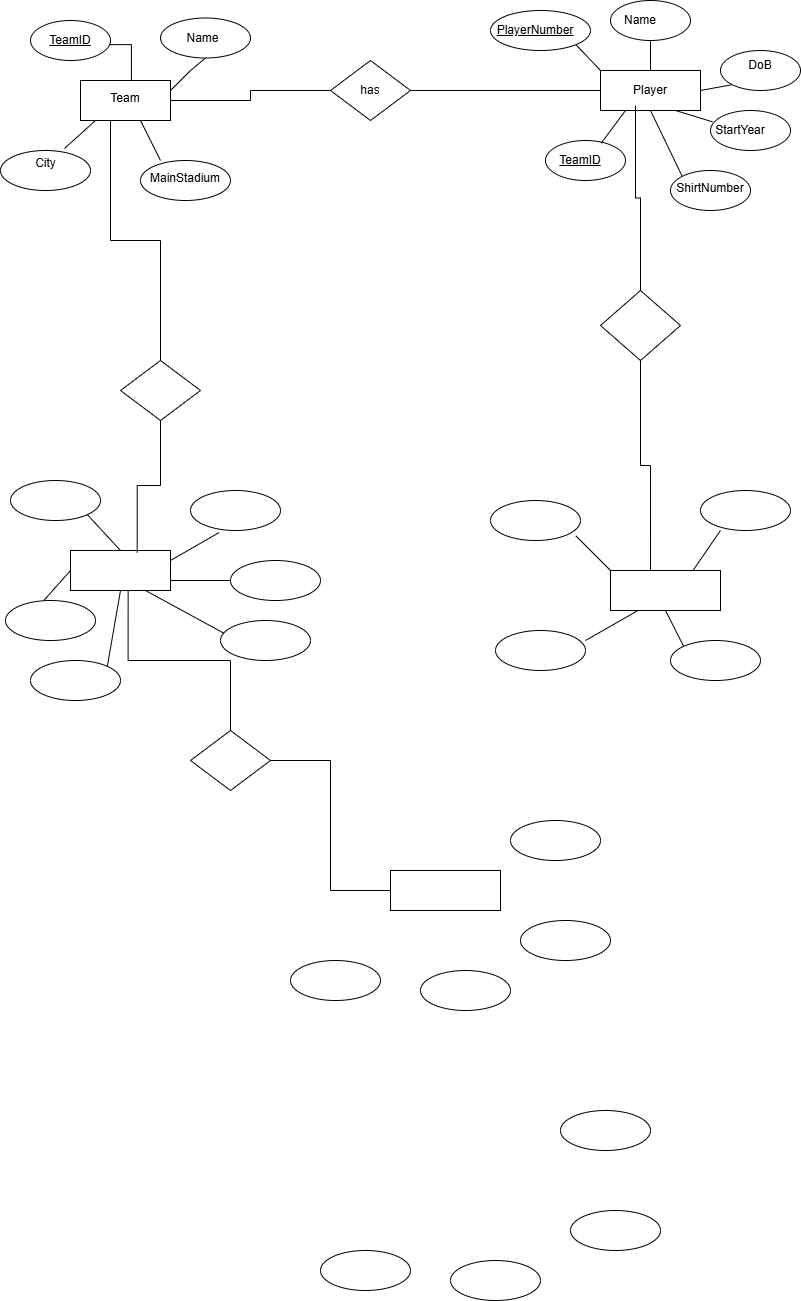
The draw.io diagram Untitled Diagram.drawio.png in Kavindi2002/Kavindi2002, before a commit. Source tidied: cells renumbered, new cells last; positions are measured from the earlier drawing's top-left corner, leaving out a move shared by most shapes.
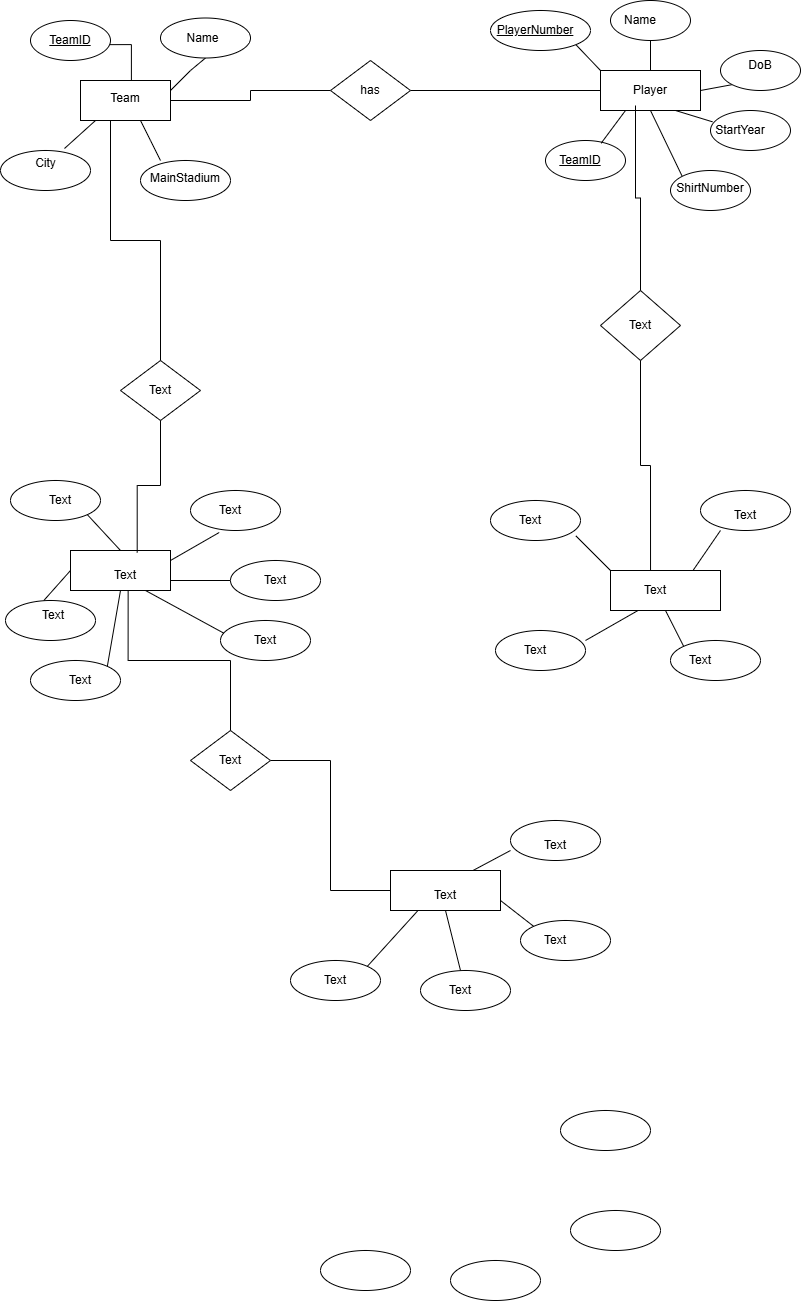
The same file after the commit.

Change to the diagram source:
```diff
@@ -66,6 +66,15 @@
     <mxCell id="21" style="rhombus;whiteSpace=wrap;html=1;" parent="1" vertex="1">
       <mxGeometry x="600" y="290" width="80" height="70" as="geometry" />
     </mxCell>
+    <mxCell id="79" style="rounded=0;jettySize=auto;html=1;exitX=0.25;exitY=1;exitDx=0;exitDy=0;entryX=1;entryY=0;entryDx=0;entryDy=0;endArrow=none;startFill=0;" parent="1" edge="1" source="22" target="49">
+      <mxGeometry relative="1" as="geometry" />
+    </mxCell>
+    <mxCell id="80" style="edgeStyle=none;rounded=0;jettySize=auto;html=1;exitX=0.5;exitY=1;exitDx=0;exitDy=0;endArrow=none;startFill=0;" parent="1" edge="1" source="22" target="47">
+      <mxGeometry relative="1" as="geometry" />
+    </mxCell>
+    <mxCell id="81" style="edgeStyle=none;rounded=0;jettySize=auto;html=1;exitX=1;exitY=0.75;exitDx=0;exitDy=0;entryX=0;entryY=0;entryDx=0;entryDy=0;endArrow=none;startFill=0;" parent="1" edge="1" source="22" target="45">
+      <mxGeometry relative="1" as="geometry" />
+    </mxCell>
     <mxCell id="22" style="rounded=0;whiteSpace=wrap;html=1;" parent="1" vertex="1">
       <mxGeometry x="390" y="870" width="110" height="40" as="geometry" />
     </mxCell>
@@ -254,5 +263,68 @@
     <mxCell id="78" style="edgeStyle=none;rounded=0;jettySize=auto;html=1;exitX=0.75;exitY=0;exitDx=0;exitDy=0;entryX=0.222;entryY=1;entryDx=0;entryDy=0;entryPerimeter=0;endArrow=none;startFill=0;" parent="1" edge="1" source="15" target="41">
       <mxGeometry relative="1" as="geometry" />
     </mxCell>
+    <mxCell id="82" style="edgeStyle=none;rounded=0;jettySize=auto;html=1;exitX=0.75;exitY=0;exitDx=0;exitDy=0;entryX=0;entryY=0.75;entryDx=0;entryDy=0;entryPerimeter=0;endArrow=none;startFill=0;" parent="1" edge="1" source="22" target="40">
+      <mxGeometry relative="1" as="geometry" />
+    </mxCell>
+    <mxCell id="83" value="Text" style="text;html=1;align=center;verticalAlign=middle;whiteSpace=wrap;rounded=0;" parent="1" vertex="1">
+      <mxGeometry x="130" y="375" width="60" height="30" as="geometry" />
+    </mxCell>
+    <mxCell id="84" value="Text" style="text;html=1;align=center;verticalAlign=middle;whiteSpace=wrap;rounded=0;" parent="1" vertex="1">
+      <mxGeometry x="610" y="310" width="60" height="30" as="geometry" />
+    </mxCell>
+    <mxCell id="85" value="Text" style="text;html=1;align=center;verticalAlign=middle;whiteSpace=wrap;rounded=0;" parent="1" vertex="1">
+      <mxGeometry x="200" y="745" width="60" height="30" as="geometry" />
+    </mxCell>
+    <mxCell id="86" value="Text" style="text;html=1;align=center;verticalAlign=middle;whiteSpace=wrap;rounded=0;" parent="1" vertex="1">
+      <mxGeometry x="30" y="485" width="60" height="30" as="geometry" />
+    </mxCell>
+    <mxCell id="87" value="Text" style="text;html=1;align=center;verticalAlign=middle;whiteSpace=wrap;rounded=0;" parent="1" vertex="1">
+      <mxGeometry x="22.5" y="600" width="60" height="30" as="geometry" />
+    </mxCell>
+    <mxCell id="88" value="Text" style="text;html=1;align=center;verticalAlign=middle;whiteSpace=wrap;rounded=0;" parent="1" vertex="1">
+      <mxGeometry x="50" y="665" width="60" height="30" as="geometry" />
+    </mxCell>
+    <mxCell id="89" value="Text" style="text;html=1;align=center;verticalAlign=middle;whiteSpace=wrap;rounded=0;" parent="1" vertex="1">
+      <mxGeometry x="235" y="625" width="60" height="30" as="geometry" />
+    </mxCell>
+    <mxCell id="90" value="Text" style="text;html=1;align=center;verticalAlign=middle;whiteSpace=wrap;rounded=0;" parent="1" vertex="1">
+      <mxGeometry x="245" y="565" width="60" height="30" as="geometry" />
+    </mxCell>
+    <mxCell id="91" value="Text" style="text;html=1;align=center;verticalAlign=middle;whiteSpace=wrap;rounded=0;" parent="1" vertex="1">
+      <mxGeometry x="200" y="495" width="60" height="30" as="geometry" />
+    </mxCell>
+    <mxCell id="92" value="Text" style="text;html=1;align=center;verticalAlign=middle;whiteSpace=wrap;rounded=0;" parent="1" vertex="1">
+      <mxGeometry x="95" y="560" width="60" height="30" as="geometry" />
+    </mxCell>
+    <mxCell id="93" value="Text" style="text;html=1;align=center;verticalAlign=middle;whiteSpace=wrap;rounded=0;" parent="1" vertex="1">
+      <mxGeometry x="415" y="880" width="60" height="30" as="geometry" />
+    </mxCell>
+    <mxCell id="94" value="Text" style="text;html=1;align=center;verticalAlign=middle;whiteSpace=wrap;rounded=0;" parent="1" vertex="1">
+      <mxGeometry x="670" y="645" width="60" height="30" as="geometry" />
+    </mxCell>
+    <mxCell id="95" value="Text" style="text;html=1;align=center;verticalAlign=middle;whiteSpace=wrap;rounded=0;" parent="1" vertex="1">
+      <mxGeometry x="505" y="635" width="60" height="30" as="geometry" />
+    </mxCell>
+    <mxCell id="96" value="Text" style="text;html=1;align=center;verticalAlign=middle;whiteSpace=wrap;rounded=0;" parent="1" vertex="1">
+      <mxGeometry x="715" y="500" width="60" height="30" as="geometry" />
+    </mxCell>
+    <mxCell id="97" value="Text" style="text;html=1;align=center;verticalAlign=middle;whiteSpace=wrap;rounded=0;" parent="1" vertex="1">
+      <mxGeometry x="625" y="575" width="60" height="30" as="geometry" />
+    </mxCell>
+    <mxCell id="98" value="Text" style="text;html=1;align=center;verticalAlign=middle;whiteSpace=wrap;rounded=0;" parent="1" vertex="1">
+      <mxGeometry x="500" y="505" width="60" height="30" as="geometry" />
+    </mxCell>
+    <mxCell id="99" value="Text" style="text;html=1;align=center;verticalAlign=middle;whiteSpace=wrap;rounded=0;" parent="1" vertex="1">
+      <mxGeometry x="525" y="925" width="60" height="30" as="geometry" />
+    </mxCell>
+    <mxCell id="100" value="Text" style="text;html=1;align=center;verticalAlign=middle;whiteSpace=wrap;rounded=0;" parent="1" vertex="1">
+      <mxGeometry x="525" y="830" width="60" height="30" as="geometry" />
+    </mxCell>
+    <mxCell id="101" value="Text" style="text;html=1;align=center;verticalAlign=middle;whiteSpace=wrap;rounded=0;" parent="1" vertex="1">
+      <mxGeometry x="430" y="975" width="60" height="30" as="geometry" />
+    </mxCell>
+    <mxCell id="102" value="Text" style="text;html=1;align=center;verticalAlign=middle;whiteSpace=wrap;rounded=0;" parent="1" vertex="1">
+      <mxGeometry x="305" y="965" width="60" height="30" as="geometry" />
+    </mxCell>
   </root>
 </mxGraphModel>
```
